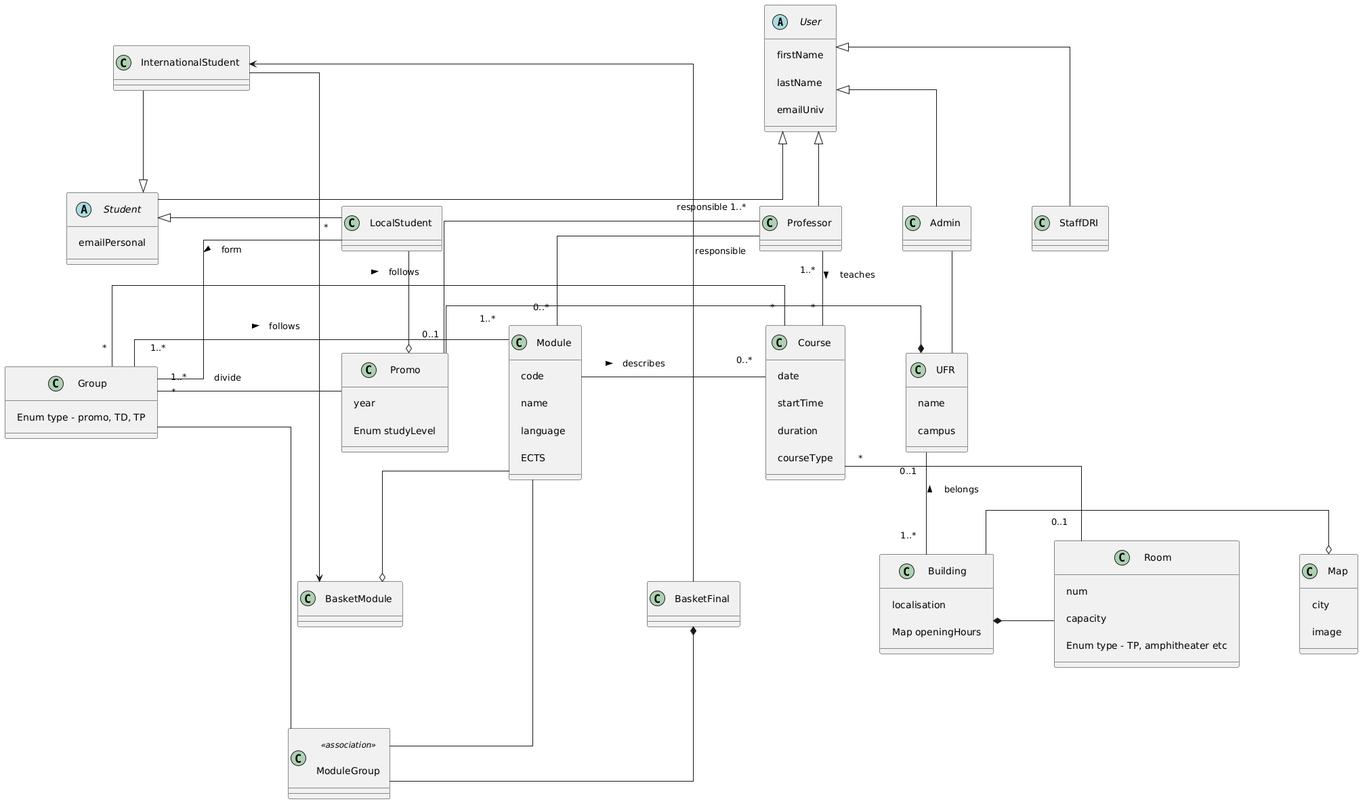
The PlantUML diagram diagrams/ClassesDiagramCompetitiveVersion.png in JoshuaDixon23/Hyperplanning, before a commit. Its diagram source:
```plantuml
@startuml
skinparam linetype ortho
skinparam nodesep 90
skinparam ranksep 90
skinparam padding 12
skinparam classAttributeIconSize 0

abstract class User {
    firstName
    lastName
    emailUniv
}

abstract class Student {
    emailPersonal
}

class Professor
class StaffDRI
class Admin
class LocalStudent
class InternationalStudent

class Promo {
    year
    Enum studyLevel
}

class Module {
    code
    name
    language
    ECTS
}

class UFR {
    name
    campus
}

class Group {
    Enum type - promo, TD, TP
}

class Course {
    date
    startTime
    duration
    courseType
}

class Building {
    localisation
    Map openingHours
}

class Room {
    num
    capacity
    Enum type - TP, amphitheater etc
}

class Map {
    city
    image
}

class BasketModule
class BasketFinal
class ModuleGroup <<association>>


LocalStudent         -[hidden]r- Student
Student              -[hidden]r- InternationalStudent
InternationalStudent -[hidden]r- User
User                 -[hidden]r- Professor
Professor            -[hidden]r- Admin
Admin                -[hidden]r- StaffDRI

Promo                -[hidden]r- Group
Group                -[hidden]r- ModuleGroup
ModuleGroup          -[hidden]r- Module
Module               -[hidden]r- Course
Course               -[hidden]r- UFR
UFR                  -[hidden]r- Building
Building             -[hidden]r- Room
Room                 -[hidden]r- Map

BasketModule         -[hidden]r- BasketFinal

LocalStudent         -[hidden]d- Promo
Student              -[hidden]d- Group
InternationalStudent -[hidden]d- ModuleGroup
User                 -[hidden]d- Module
Professor            -[hidden]d- Course
Admin                -[hidden]d- UFR
StaffDRI             -[hidden]d- Building

Module               -[hidden]d- BasketModule
UFR                  -[hidden]d- BasketFinal

Professor            -u-|> User
StaffDRI             -u-|> User
Admin                -u-|> User
Student              -u-|> User
LocalStudent         -u-|> Student
InternationalStudent -u-|> Student


Professor "responsible 1..*" -d- "0..1" Promo
Professor "responsible"      -d- "0..*" Module
Professor "1..*"             -d- "*"    Course : teaches >

LocalStudent       -d-o Promo
LocalStudent "*"   -d-  "*" Group : form >

Module             -d-  "0..*" Course : describes >
Group "1..*"       -r-  "1..*" Module : follows >
Group "*"          -r-  "*"    Course : follows >
Promo              -d-  "1..*" Group  : divide

UFR                *-l- Promo
Building           *-d- Room
Building           -r-o Map
Building "1..*"    -l-  "0..1" UFR : belongs >

Room "0..1"        -u- "*" Course

BasketModule       o-u- Module
BasketModule       <-l- InternationalStudent
BasketFinal        *--  ModuleGroup
BasketFinal        -u-> InternationalStudent

ModuleGroup        -u- Group
ModuleGroup        -u- Module

UFR                -u- Admin
@enduml
```
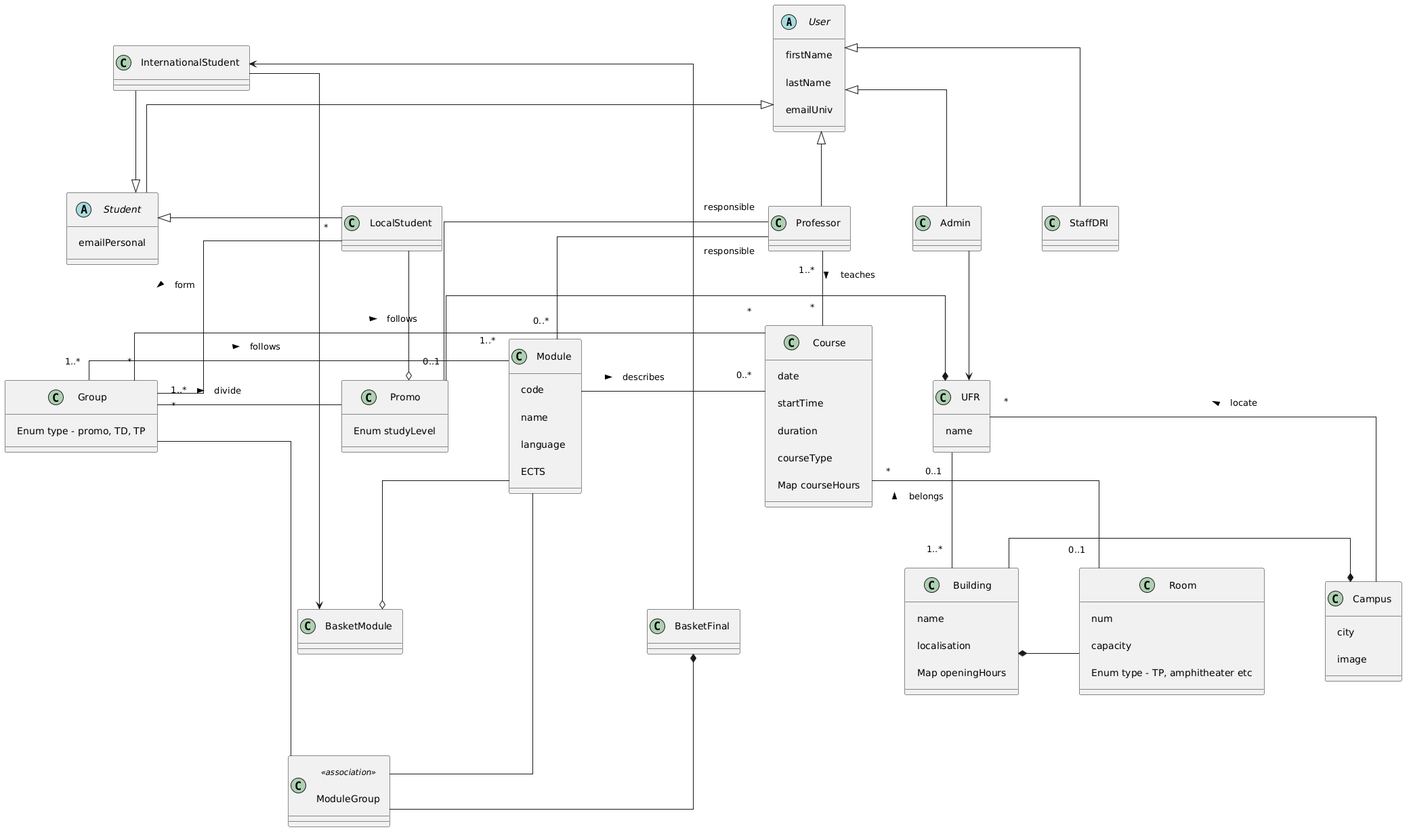
The same file after the commit.

Commit message:
fix: Precisions on Diagram class (after java entity review)

What changed in the source:
```diff
@@ -22,7 +22,6 @@
 class InternationalStudent
 
 class Promo {
-    year
     Enum studyLevel
 }
 
@@ -35,7 +34,6 @@
 
 class UFR {
     name
-    campus
 }
 
 class Group {
@@ -47,9 +45,11 @@
     startTime
     duration
     courseType
+    Map courseHours
 }
 
 class Building {
+    name
     localisation
     Map openingHours
 }
@@ -60,7 +60,7 @@
     Enum type - TP, amphitheater etc
 }
 
-class Map {
+class Campus {
     city
     image
 }
@@ -84,7 +84,7 @@
 Course               -[hidden]r- UFR
 UFR                  -[hidden]r- Building
 Building             -[hidden]r- Room
-Room                 -[hidden]r- Map
+Room                 -[hidden]r- Campus
 
 BasketModule         -[hidden]r- BasketFinal
 
@@ -107,7 +107,7 @@
 InternationalStudent -u-|> Student
 
 
-Professor "responsible 1..*" -d- "0..1" Promo
+Professor "responsible"      -d- "0..1" Promo
 Professor "responsible"      -d- "0..*" Module
 Professor "1..*"             -d- "*"    Course : teaches >
 
@@ -117,12 +117,13 @@
 Module             -d-  "0..*" Course : describes >
 Group "1..*"       -r-  "1..*" Module : follows >
 Group "*"          -r-  "*"    Course : follows >
-Promo              -d-  "1..*" Group  : divide
+Promo              -d-  "1..*" Group  : divide <
 
 UFR                *-l- Promo
 Building           *-d- Room
-Building           -r-o Map
+Building           -r-* Campus
 Building "1..*"    -l-  "0..1" UFR : belongs >
+UFR             "*"- Campus : locate <
 
 Room "0..1"        -u- "*" Course
 
@@ -134,5 +135,5 @@
 ModuleGroup        -u- Group
 ModuleGroup        -u- Module
 
-UFR                -u- Admin
+UFR                <-u- Admin
 @enduml
```
